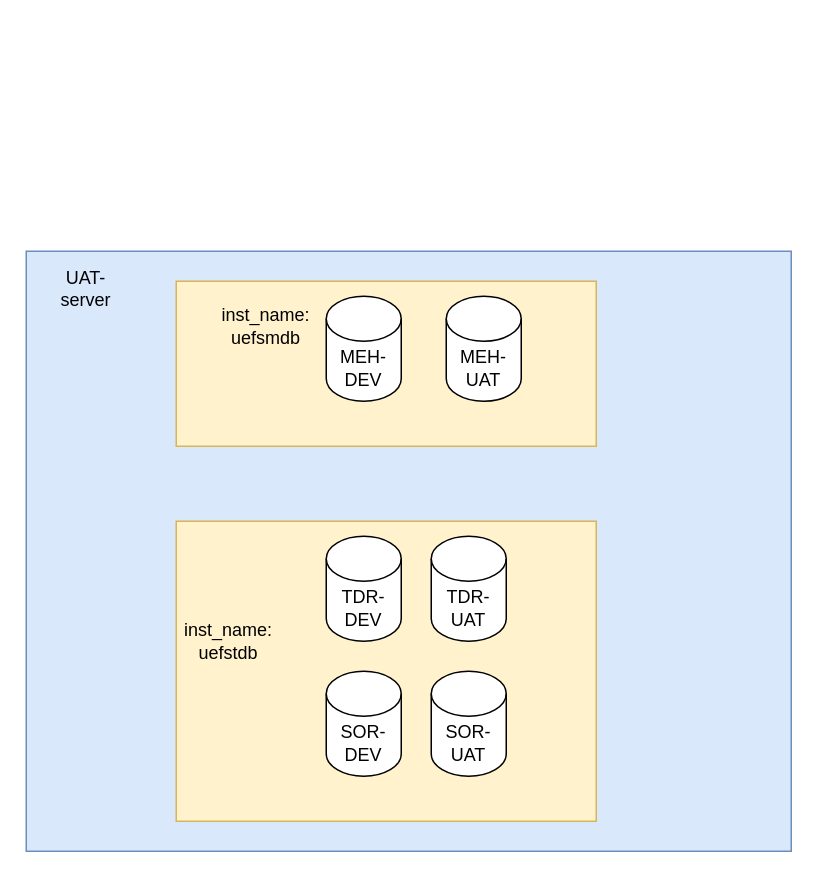
Earlier version of the draw.io diagram diagram/bay_efs_database.drawio (numnimjun/diagram). Source tidied: cells renumbered, new cells numbered last; positions are measured from the earlier drawing's top-left corner, leaving out a move shared by most shapes. Both pictures are drawn from the tidied source at 150%, with x=0, y=0 at pixel (26, 250).
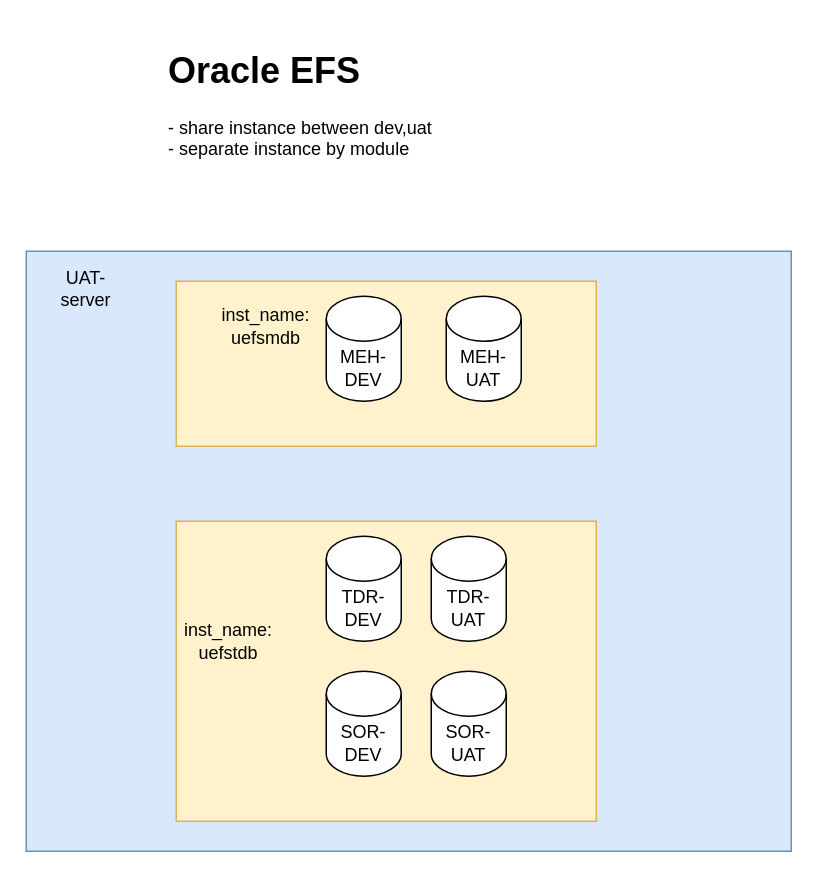
The same page after the edit.

What changed in the source:
```diff
@@
 <mxGraphModel>
   <root>
     <mxCell id="0" />
     <mxCell id="1" parent="0" />
     <mxCell id="2" style="rounded=0;whiteSpace=wrap;html=1;fillColor=#dae8fc;strokeColor=#6c8ebf;" parent="1" vertex="1">
       <mxGeometry width="510" height="400" as="geometry" />
     </mxCell>
     <mxCell id="3" value="UAT-server&lt;br&gt;" style="text;html=1;strokeColor=none;fillColor=none;align=center;verticalAlign=middle;whiteSpace=wrap;rounded=0;" parent="1" vertex="1">
       <mxGeometry x="10" y="10" width="60" height="30" as="geometry" />
     </mxCell>
     <mxCell id="4" style="rounded=0;whiteSpace=wrap;html=1;fillColor=#fff2cc;strokeColor=#d6b656;" parent="1" vertex="1">
       <mxGeometry x="100" y="20" width="280" height="110" as="geometry" />
     </mxCell>
     <mxCell id="5" value="inst_name: uefsmdb" style="text;html=1;strokeColor=none;fillColor=none;align=center;verticalAlign=middle;whiteSpace=wrap;rounded=0;" parent="1" vertex="1">
       <mxGeometry x="110" y="30" width="100" height="40" as="geometry" />
     </mxCell>
     <mxCell id="6" style="rounded=0;whiteSpace=wrap;html=1;fillColor=#fff2cc;strokeColor=#d6b656;" parent="1" vertex="1">
       <mxGeometry x="100" y="180" width="280" height="200" as="geometry" />
     </mxCell>
     <mxCell id="7" value="inst_name:&lt;br&gt;uefstdb" style="text;html=1;strokeColor=none;fillColor=none;align=center;verticalAlign=middle;whiteSpace=wrap;rounded=0;" parent="1" vertex="1">
       <mxGeometry x="90" y="240" width="90" height="40" as="geometry" />
     </mxCell>
     <mxCell id="8" value="MEH-DEV" style="shape=cylinder3;whiteSpace=wrap;html=1;boundedLbl=1;backgroundOutline=1;size=15;" parent="1" vertex="1">
       <mxGeometry x="200" y="30" width="50" height="70" as="geometry" />
     </mxCell>
     <mxCell id="9" value="MEH-UAT" style="shape=cylinder3;whiteSpace=wrap;html=1;boundedLbl=1;backgroundOutline=1;size=15;" parent="1" vertex="1">
       <mxGeometry x="280" y="30" width="50" height="70" as="geometry" />
     </mxCell>
     <mxCell id="10" value="TDR-DEV" style="shape=cylinder3;whiteSpace=wrap;html=1;boundedLbl=1;backgroundOutline=1;size=15;" parent="1" vertex="1">
       <mxGeometry x="200" y="190" width="50" height="70" as="geometry" />
     </mxCell>
     <mxCell id="11" value="TDR-UAT" style="shape=cylinder3;whiteSpace=wrap;html=1;boundedLbl=1;backgroundOutline=1;size=15;" parent="1" vertex="1">
       <mxGeometry x="270" y="190" width="50" height="70" as="geometry" />
     </mxCell>
     <mxCell id="12" value="SOR-DEV" style="shape=cylinder3;whiteSpace=wrap;html=1;boundedLbl=1;backgroundOutline=1;size=15;" parent="1" vertex="1">
       <mxGeometry x="200" y="280" width="50" height="70" as="geometry" />
     </mxCell>
     <mxCell id="13" value="SOR-UAT" style="shape=cylinder3;whiteSpace=wrap;html=1;boundedLbl=1;backgroundOutline=1;size=15;" parent="1" vertex="1">
       <mxGeometry x="270" y="280" width="50" height="70" as="geometry" />
     </mxCell>
+    <mxCell id="14" value="&lt;h1&gt;&lt;span&gt;Oracle EFS&lt;/span&gt;&lt;br&gt;&lt;/h1&gt;&lt;div&gt;- share instance between dev,uat&lt;/div&gt;&lt;div&gt;- separate instance by module&lt;/div&gt;" style="text;html=1;strokeColor=none;fillColor=none;spacing=5;spacingTop=-20;whiteSpace=wrap;overflow=hidden;rounded=0;" parent="1" vertex="1">
+      <mxGeometry x="90" y="-140" width="190" height="120" as="geometry" />
+    </mxCell>
   </root>
 </mxGraphModel>
```
